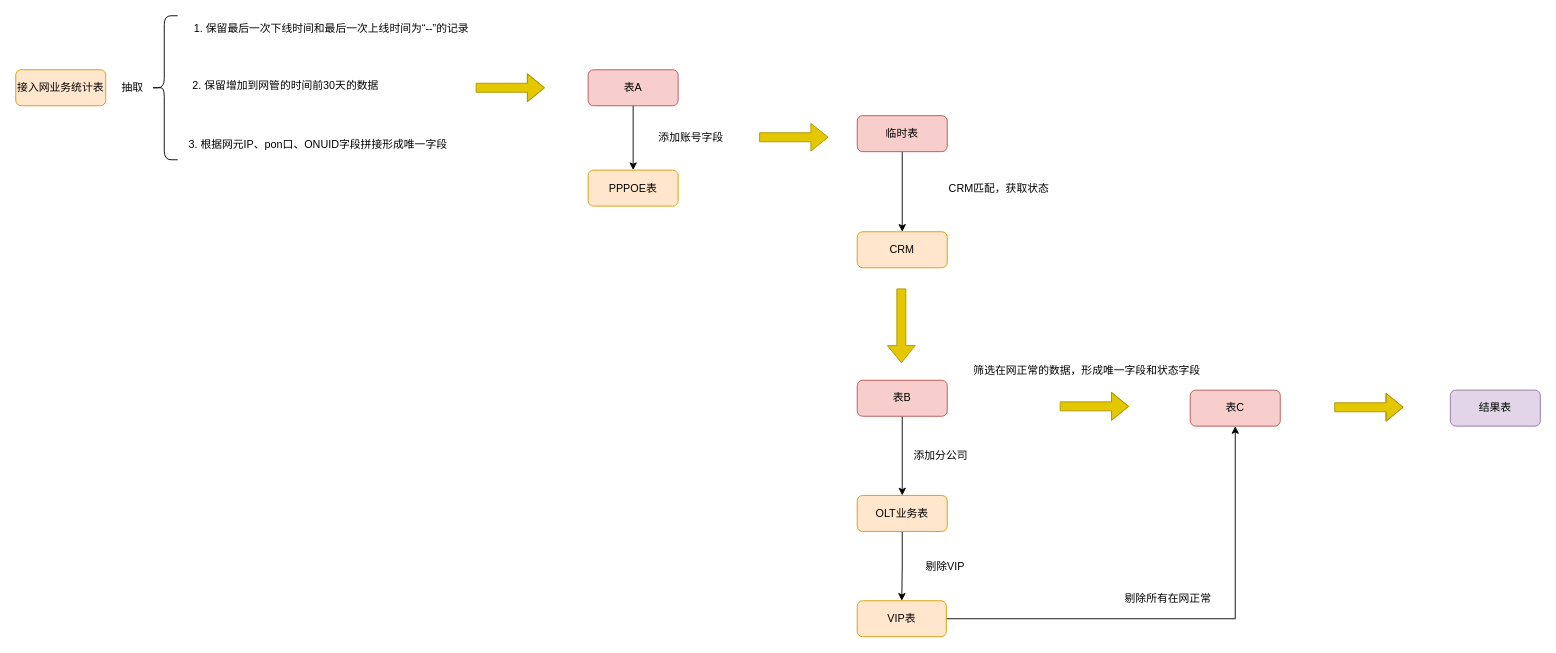
This is 流程.drawio from BJPotter/drawio, a draw.io file, before an edit. Source tidied: cells renumbered, new cells numbered last; positions are measured from the earlier drawing's top-left corner, leaving out a move shared by most shapes. Both pictures are drawn from the tidied source at 90%, with x=0, y=0 at pixel (15, 15).
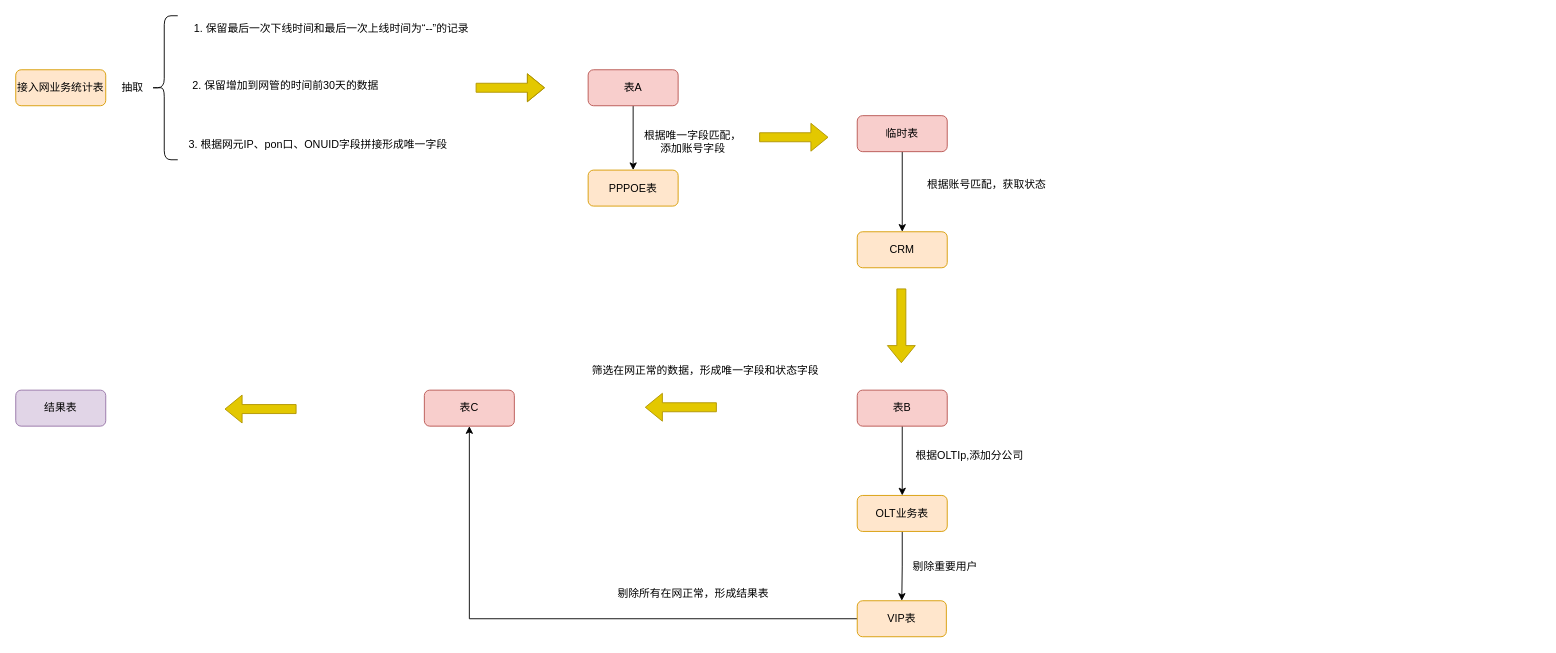
The same page after the edit.

Change to the diagram source:
```diff
@@
-    <mxCell id="12" value="添加账号字段" style="text;html=1;align=center;verticalAlign=middle;whiteSpace=wrap;rounded=0;" parent="1" vertex="1">
-      <mxGeometry x="675" y="121" width="151" height="30" as="geometry" />
+    <mxCell id="12" value="根据唯一字段匹配，添加账号字段" style="text;html=1;align=center;verticalAlign=middle;whiteSpace=wrap;rounded=0;" parent="1" vertex="1">
+      <mxGeometry x="697" y="125" width="111" height="30" as="geometry" />
     </mxCell>
@@
-    <mxCell id="16" value="CRM匹配，获取状态" style="text;whiteSpace=wrap;" parent="1" vertex="1">
-      <mxGeometry x="1035" y="178" width="195" height="36" as="geometry" />
+    <mxCell id="16" value="根据账号匹配，获取状态" style="text;whiteSpace=wrap;" parent="1" vertex="1">
+      <mxGeometry x="1011" y="173.5" width="195" height="36" as="geometry" />
     </mxCell>
@@
     <mxCell id="20" value="表B" style="rounded=1;whiteSpace=wrap;html=1;fillColor=#f8cecc;strokeColor=#b85450;" parent="1" vertex="1">
-      <mxGeometry x="935" y="405" width="100" height="40" as="geometry" />
+      <mxGeometry x="935" y="416" width="100" height="40" as="geometry" />
     </mxCell>
     <mxCell id="21" value="表C" style="rounded=1;whiteSpace=wrap;html=1;fillColor=#f8cecc;strokeColor=#b85450;" parent="1" vertex="1">
-      <mxGeometry x="1305" y="416" width="100" height="40" as="geometry" />
+      <mxGeometry x="454" y="416" width="100" height="40" as="geometry" />
     </mxCell>
     <mxCell id="22" value="筛选在网正常的数据，形成唯一字段和状态字段" style="text;html=1;align=center;verticalAlign=middle;whiteSpace=wrap;rounded=0;" parent="1" vertex="1">
-      <mxGeometry x="1046" y="380" width="289" height="30" as="geometry" />
+      <mxGeometry x="622" y="380" width="289" height="30" as="geometry" />
     </mxCell>
@@
-    <mxCell id="25" value="添加分公司" style="text;html=1;align=center;verticalAlign=middle;whiteSpace=wrap;rounded=0;" parent="1" vertex="1">
-      <mxGeometry x="986" y="474" width="84" height="30" as="geometry" />
+    <mxCell id="25" value="根据OLTIp,添加分公司" style="text;html=1;align=center;verticalAlign=middle;whiteSpace=wrap;rounded=0;" parent="1" vertex="1">
+      <mxGeometry x="986" y="474" width="148" height="30" as="geometry" />
     </mxCell>
@@
-    <mxCell id="28" value="剔除VIP" style="text;html=1;align=center;verticalAlign=middle;whiteSpace=wrap;rounded=0;" parent="1" vertex="1">
+    <mxCell id="28" value="剔除重要用户" style="text;html=1;align=center;verticalAlign=middle;whiteSpace=wrap;rounded=0;" parent="1" vertex="1">
       <mxGeometry x="991" y="597" width="84" height="30" as="geometry" />
     </mxCell>
-    <mxCell id="29" value="剔除所有在网正常" style="text;html=1;align=center;verticalAlign=middle;whiteSpace=wrap;rounded=0;" parent="1" vertex="1">
-      <mxGeometry x="1230" y="633" width="101" height="30" as="geometry" />
+    <mxCell id="29" value="剔除所有在网正常，形成结果表" style="text;html=1;align=center;verticalAlign=middle;whiteSpace=wrap;rounded=0;" parent="1" vertex="1">
+      <mxGeometry x="661.5" y="627" width="182" height="30" as="geometry" />
     </mxCell>
-    <mxCell id="30" style="shape=flexArrow;endArrow=classic;html=1;rounded=0;fillColor=#e3c800;strokeColor=#B09500;" parent="1" edge="1">
-      <mxGeometry relative="1" as="geometry">
-        <mxPoint x="1465" y="435" as="sourcePoint" />
-        <mxPoint x="1542" y="435" as="targetPoint" />
-        <Array as="points">
-          <mxPoint x="1581" y="435" />
-        </Array>
-      </mxGeometry>
-    </mxCell>
-    <mxCell id="31" style="shape=flexArrow;endArrow=classic;html=1;rounded=0;fillColor=#e3c800;strokeColor=#B09500;" parent="1" edge="1">
-      <mxGeometry relative="1" as="geometry">
-        <mxPoint x="1160" y="434" as="sourcePoint" />
-        <mxPoint x="1237" y="434" as="targetPoint" />
-        <Array as="points">
-          <mxPoint x="1276" y="434" />
-        </Array>
-      </mxGeometry>
-    </mxCell>
     <mxCell id="32" value="结果表" style="rounded=1;whiteSpace=wrap;html=1;fillColor=#e1d5e7;strokeColor=#9673a6;" parent="1" vertex="1">
-      <mxGeometry x="1594" y="416" width="100" height="40" as="geometry" />
+      <mxGeometry y="416" width="100" height="40" as="geometry" />
     </mxCell>
@@
+    <mxCell id="35" style="shape=flexArrow;endArrow=classic;html=1;rounded=0;fillColor=#e3c800;strokeColor=#B09500;" parent="1" edge="1">
+      <mxGeometry relative="1" as="geometry">
+        <mxPoint x="779" y="435" as="sourcePoint" />
+        <mxPoint x="699" y="435" as="targetPoint" />
+      </mxGeometry>
+    </mxCell>
+    <mxCell id="36" style="shape=flexArrow;endArrow=classic;html=1;rounded=0;fillColor=#e3c800;strokeColor=#B09500;" parent="1" edge="1">
+      <mxGeometry relative="1" as="geometry">
+        <mxPoint x="312" y="437" as="sourcePoint" />
+        <mxPoint x="232" y="437" as="targetPoint" />
+      </mxGeometry>
+    </mxCell>
```
